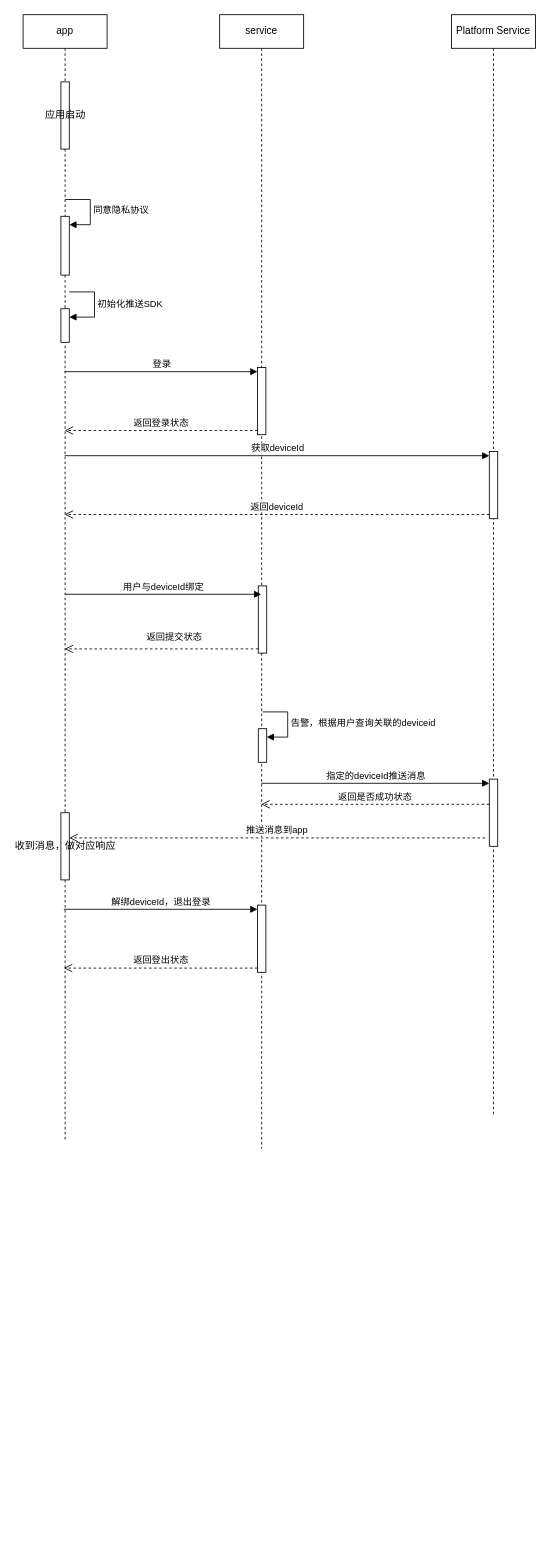
The draw.io diagram 推送设计.drawio in geeker-cmc/css3, before the edit. Source tidied: cells renumbered, new cells numbered last; positions are measured from the earlier drawing's top-left corner, leaving out a move shared by most shapes. Both pictures are drawn from the tidied source at 84%, with x=0, y=0 at pixel (23, 14).
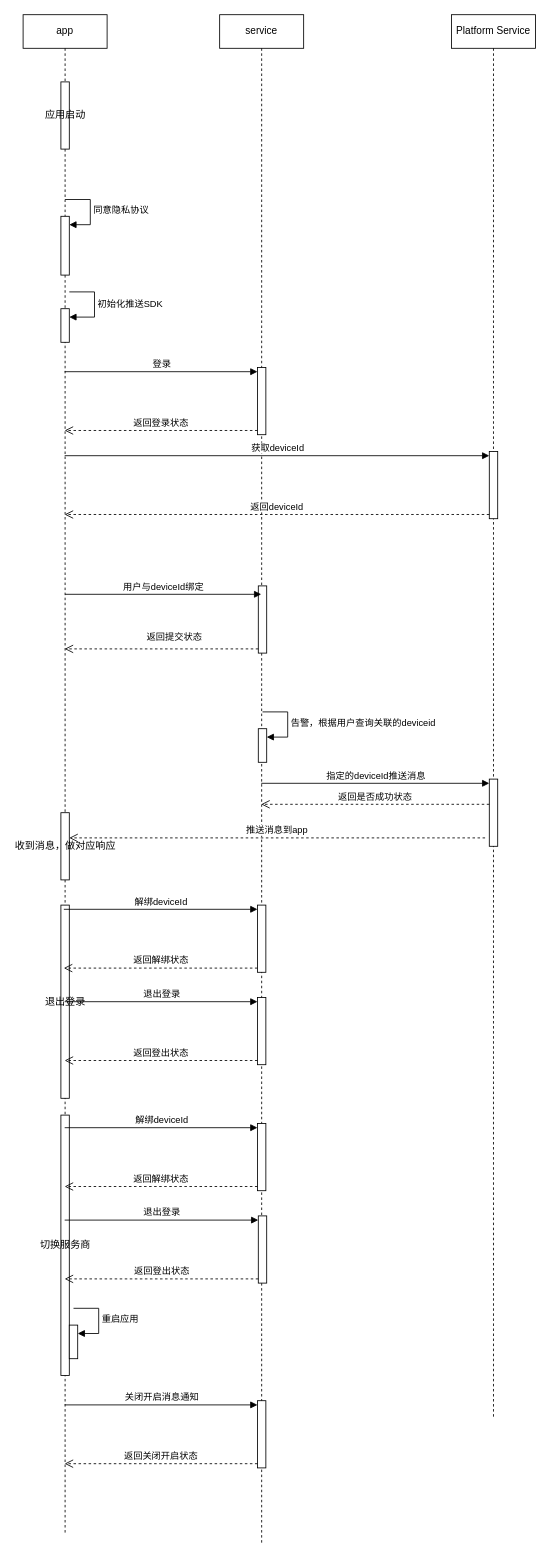
After the change.

Commit message:
更新推送设计.drawio

Unchanged cells that the change refers to:
```xml
<mxCell id="11" style="html=1;points=[[0,0,0,0,5],[0,1,0,0,-5],[1,0,0,0,5],[1,1,0,0,-5]];perimeter=orthogonalPerimeter;outlineConnect=0;targetShapes=umlLifeline;portConstraint=eastwest;newEdgeStyle={&quot;curved&quot;:0,&quot;rounded&quot;:0};" parent="8" vertex="1">
  <mxGeometry x="45" y="1060" width="10" height="80" as="geometry" />
</mxCell>
```

What changed in the source:
```diff
@@
     <mxCell id="2" value="app" style="shape=umlLifeline;perimeter=lifelinePerimeter;whiteSpace=wrap;html=1;outlineConnect=0;portConstraint=eastwest;newEdgeStyle={&quot;curved&quot;:0,&quot;rounded&quot;:0};" parent="1" vertex="1">
-      <mxGeometry width="100" height="1340" as="geometry" />
+      <mxGeometry width="100" height="1810" as="geometry" />
     </mxCell>
@@
+    <mxCell id="29" value="退出登录" style="html=1;perimeter=orthogonalPerimeter;targetShapes=umlLifeline;newEdgeStyle={&quot;curved&quot;:0,&quot;rounded&quot;:0};" parent="2" vertex="1">
+      <mxGeometry x="45" y="1060" width="10" height="230" as="geometry" />
+    </mxCell>
+    <mxCell id="30" value="切换服务商" style="html=1;perimeter=orthogonalPerimeter;targetShapes=umlLifeline;newEdgeStyle={&quot;curved&quot;:0,&quot;rounded&quot;:0};" parent="2" vertex="1">
+      <mxGeometry x="45" y="1310" width="10" height="310" as="geometry" />
+    </mxCell>
+    <mxCell id="31" style="html=1;points=[[0,0,0,0,5],[0,1,0,0,-5],[1,0,0,0,5],[1,1,0,0,-5]];perimeter=orthogonalPerimeter;outlineConnect=0;targetShapes=umlLifeline;portConstraint=eastwest;newEdgeStyle={&quot;curved&quot;:0,&quot;rounded&quot;:0};" parent="2" vertex="1">
+      <mxGeometry x="55" y="1560" width="10" height="40" as="geometry" />
+    </mxCell>
+    <mxCell id="32" value="重启应用" style="html=1;align=left;spacingLeft=2;endArrow=block;rounded=0;edgeStyle=orthogonalEdgeStyle;curved=0;rounded=0;" parent="2" edge="1" target="31">
+      <mxGeometry relative="1" as="geometry">
+        <mxPoint x="60" y="1540" as="sourcePoint" />
+        <Array as="points">
+          <mxPoint x="90" y="1570" />
+        </Array>
+      </mxGeometry>
+    </mxCell>
     <mxCell id="8" value="service" style="shape=umlLifeline;perimeter=lifelinePerimeter;whiteSpace=wrap;html=1;newEdgeStyle={&quot;curved&quot;:0,&quot;rounded&quot;:0};" parent="1" vertex="1">
-      <mxGeometry x="234" width="100" height="1350" as="geometry" />
+      <mxGeometry x="234" width="100" height="1820" as="geometry" />
     </mxCell>
@@
-    <mxCell id="12" value="解绑deviceId，退出登录" style="html=1;verticalAlign=bottom;endArrow=block;curved=0;rounded=0;entryX=0;entryY=0;entryDx=0;entryDy=5;" parent="8" edge="1" target="11">
+    <mxCell id="12" value="解绑deviceId" style="html=1;verticalAlign=bottom;endArrow=block;curved=0;rounded=0;entryX=0;entryY=0;entryDx=0;entryDy=5;" parent="8" edge="1" target="11">
       <mxGeometry relative="1" as="geometry">
         <mxPoint x="-185.5" y="1065" as="sourcePoint" />
       </mxGeometry>
     </mxCell>
-    <mxCell id="13" value="返回登出状态" style="html=1;verticalAlign=bottom;endArrow=open;dashed=1;endSize=8;curved=0;rounded=0;exitX=0;exitY=1;exitDx=0;exitDy=-5;" parent="8" edge="1" source="11">
+    <mxCell id="13" value="返回解绑状态" style="html=1;verticalAlign=bottom;endArrow=open;dashed=1;endSize=8;curved=0;rounded=0;exitX=0;exitY=1;exitDx=0;exitDy=-5;" parent="8" edge="1" source="11">
       <mxGeometry relative="1" as="geometry">
         <mxPoint x="-185.5" y="1135" as="targetPoint" />
       </mxGeometry>
     </mxCell>
+    <mxCell id="33" style="html=1;points=[[0,0,0,0,5],[0,1,0,0,-5],[1,0,0,0,5],[1,1,0,0,-5]];perimeter=orthogonalPerimeter;outlineConnect=0;targetShapes=umlLifeline;portConstraint=eastwest;newEdgeStyle={&quot;curved&quot;:0,&quot;rounded&quot;:0};" parent="8" vertex="1">
+      <mxGeometry x="45" y="1170" width="10" height="80" as="geometry" />
+    </mxCell>
+    <mxCell id="34" style="html=1;points=[[0,0,0,0,5],[0,1,0,0,-5],[1,0,0,0,5],[1,1,0,0,-5]];perimeter=orthogonalPerimeter;outlineConnect=0;targetShapes=umlLifeline;portConstraint=eastwest;newEdgeStyle={&quot;curved&quot;:0,&quot;rounded&quot;:0};" parent="8" vertex="1">
+      <mxGeometry x="45" y="1320" width="10" height="80" as="geometry" />
+    </mxCell>
+    <mxCell id="35" style="html=1;points=[[0,0,0,0,5],[0,1,0,0,-5],[1,0,0,0,5],[1,1,0,0,-5]];perimeter=orthogonalPerimeter;outlineConnect=0;targetShapes=umlLifeline;portConstraint=eastwest;newEdgeStyle={&quot;curved&quot;:0,&quot;rounded&quot;:0};" parent="8" vertex="1">
+      <mxGeometry x="46" y="1430" width="10" height="80" as="geometry" />
+    </mxCell>
+    <mxCell id="36" style="html=1;points=[[0,0,0,0,5],[0,1,0,0,-5],[1,0,0,0,5],[1,1,0,0,-5]];perimeter=orthogonalPerimeter;outlineConnect=0;targetShapes=umlLifeline;portConstraint=eastwest;newEdgeStyle={&quot;curved&quot;:0,&quot;rounded&quot;:0};" parent="8" vertex="1">
+      <mxGeometry x="45" y="1650" width="10" height="80" as="geometry" />
+    </mxCell>
     <mxCell id="14" value="Platform Service" style="shape=umlLifeline;perimeter=lifelinePerimeter;whiteSpace=wrap;html=1;newEdgeStyle={&quot;curved&quot;:0,&quot;rounded&quot;:0};" parent="1" vertex="1">
-      <mxGeometry x="510" width="100" height="1310" as="geometry" />
+      <mxGeometry x="510" width="100" height="1670" as="geometry" />
     </mxCell>
@@
+    <mxCell id="37" value="退出登录" style="html=1;verticalAlign=bottom;endArrow=block;curved=0;rounded=0;entryX=0;entryY=0;entryDx=0;entryDy=5;" parent="1" edge="1" source="2" target="33">
+      <mxGeometry relative="1" as="geometry" />
+    </mxCell>
+    <mxCell id="38" value="返回登出状态" style="html=1;verticalAlign=bottom;endArrow=open;dashed=1;endSize=8;curved=0;rounded=0;exitX=0;exitY=1;exitDx=0;exitDy=-5;" parent="1" edge="1" source="33" target="2">
+      <mxGeometry relative="1" as="geometry" />
+    </mxCell>
+    <mxCell id="39" value="解绑deviceId" style="html=1;verticalAlign=bottom;endArrow=block;curved=0;rounded=0;entryX=0;entryY=0;entryDx=0;entryDy=5;" parent="1" edge="1" source="2" target="34">
+      <mxGeometry relative="1" as="geometry" />
+    </mxCell>
+    <mxCell id="40" value="返回解绑状态" style="html=1;verticalAlign=bottom;endArrow=open;dashed=1;endSize=8;curved=0;rounded=0;exitX=0;exitY=1;exitDx=0;exitDy=-5;" parent="1" edge="1" source="34" target="2">
+      <mxGeometry relative="1" as="geometry" />
+    </mxCell>
+    <mxCell id="41" value="退出登录" style="html=1;verticalAlign=bottom;endArrow=block;curved=0;rounded=0;entryX=0;entryY=0;entryDx=0;entryDy=5;" parent="1" edge="1" source="2" target="35">
+      <mxGeometry relative="1" as="geometry" />
+    </mxCell>
+    <mxCell id="42" value="返回登出状态" style="html=1;verticalAlign=bottom;endArrow=open;dashed=1;endSize=8;curved=0;rounded=0;exitX=0;exitY=1;exitDx=0;exitDy=-5;" parent="1" edge="1" source="35" target="2">
+      <mxGeometry relative="1" as="geometry" />
+    </mxCell>
+    <mxCell id="43" value="关闭开启消息通知" style="html=1;verticalAlign=bottom;endArrow=block;curved=0;rounded=0;entryX=0;entryY=0;entryDx=0;entryDy=5;" parent="1" edge="1" source="2" target="36">
+      <mxGeometry relative="1" as="geometry" />
+    </mxCell>
+    <mxCell id="44" value="返回关闭开启状态" style="html=1;verticalAlign=bottom;endArrow=open;dashed=1;endSize=8;curved=0;rounded=0;exitX=0;exitY=1;exitDx=0;exitDy=-5;" parent="1" edge="1" source="36" target="2">
+      <mxGeometry relative="1" as="geometry" />
+    </mxCell>
```
